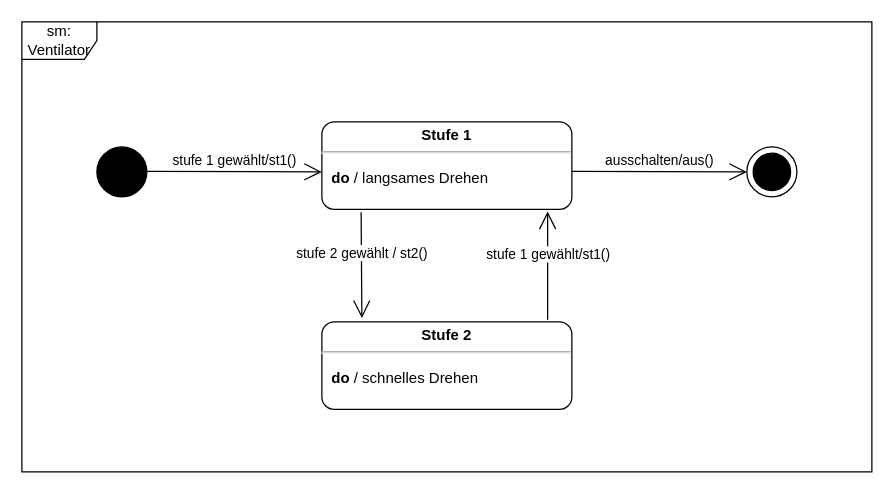
Earlier version of the draw.io diagram 04_UML_Zustandsdiagramm.drawio (05-FUEM-I-ComCaveDD/01_UML_Diagramme). Source tidied: cells renumbered, new cells numbered last; positions are measured from the earlier drawing's top-left corner, leaving out a move shared by most shapes. Both pictures are drawn from the tidied source at 125%, with x=0, y=0 at pixel (21, 21).
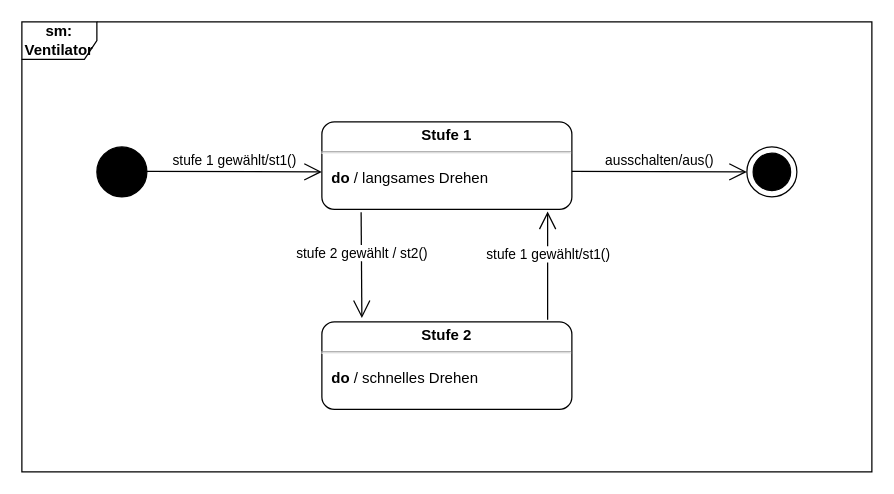
Above is the later version.

Diff of the diagram source:
```diff
@@
 <mxGraphModel>
   <root>
     <mxCell id="0" />
     <mxCell id="1" parent="0" />
-    <mxCell id="2" value="sm: Ventilator" style="shape=umlFrame;whiteSpace=wrap;html=1;" parent="1" vertex="1">
+    <mxCell id="2" value="&lt;b&gt;sm: Ventilator&lt;/b&gt;" style="shape=umlFrame;whiteSpace=wrap;html=1;" parent="1" vertex="1">
       <mxGeometry width="680" height="360" as="geometry" />
     </mxCell>
     <mxCell id="3" style="shape=ellipse;html=1;fillColor=strokeColor;fontSize=18;fontColor=#ffffff;" parent="1" vertex="1">
       <mxGeometry x="60" y="100" width="40" height="40" as="geometry" />
     </mxCell>
     <mxCell id="4" style="shape=mxgraph.sysml.actFinal;html=1;verticalLabelPosition=bottom;labelBackgroundColor=#ffffff;verticalAlign=top;" parent="1" vertex="1">
       <mxGeometry x="580" y="100" width="40" height="40" as="geometry" />
     </mxCell>
     <mxCell id="5" value="&lt;p style=&quot;margin:0px;margin-top:4px;text-align:center;&quot;&gt;&lt;b&gt;Stufe 1&lt;/b&gt;&lt;/p&gt;&lt;hr&gt;&lt;p&gt;&lt;/p&gt;&lt;p style=&quot;margin:0px;margin-left:8px;text-align:left;&quot;&gt;&lt;b&gt;do&lt;/b&gt; / langsames Drehen&lt;br&gt;&lt;br&gt;&lt;/p&gt;" style="shape=mxgraph.sysml.simpleState;html=1;overflow=fill;whiteSpace=wrap;align=center;" parent="1" vertex="1">
       <mxGeometry x="240" y="80" width="200" height="70" as="geometry" />
     </mxCell>
     <mxCell id="6" value="&lt;p style=&quot;margin:0px;margin-top:4px;text-align:center;&quot;&gt;&lt;b&gt;Stufe 2&lt;/b&gt;&lt;/p&gt;&lt;hr&gt;&lt;p&gt;&lt;/p&gt;&lt;p style=&quot;margin:0px;margin-left:8px;text-align:left;&quot;&gt;&lt;b&gt;do&lt;/b&gt; / schnelles Drehen&lt;br&gt;&lt;br&gt;&lt;/p&gt;" style="shape=mxgraph.sysml.simpleState;html=1;overflow=fill;whiteSpace=wrap;align=center;" parent="1" vertex="1">
       <mxGeometry x="240" y="240" width="200" height="70" as="geometry" />
     </mxCell>
     <mxCell id="7" value="stufe 1 gewählt/st1()" style="edgeStyle=none;html=1;endArrow=open;endSize=12;strokeWidth=1;verticalAlign=bottom;" parent="1" edge="1">
       <mxGeometry relative="1" as="geometry">
         <mxPoint x="100" y="119.5" as="sourcePoint" />
         <mxPoint x="240" y="120" as="targetPoint" />
       </mxGeometry>
     </mxCell>
     <mxCell id="8" value="ausschalten/aus()" style="edgeStyle=none;html=1;endArrow=open;endSize=12;strokeWidth=1;verticalAlign=bottom;" parent="1" edge="1">
       <mxGeometry relative="1" as="geometry">
         <mxPoint x="440" y="119.5" as="sourcePoint" />
         <mxPoint x="580" y="120" as="targetPoint" />
       </mxGeometry>
     </mxCell>
     <mxCell id="9" value="stufe 2 gewählt / st2()" style="edgeStyle=none;html=1;endArrow=open;endSize=12;strokeWidth=1;verticalAlign=bottom;entryX=0.16;entryY=-0.043;entryDx=0;entryDy=0;entryPerimeter=0;exitX=0.157;exitY=1.033;exitDx=0;exitDy=0;exitPerimeter=0;" parent="1" edge="1" source="5" target="6">
       <mxGeometry relative="1" as="geometry" />
     </mxCell>
     <mxCell id="10" value="stufe 1 gewählt/st1()" style="edgeStyle=none;html=1;endArrow=open;endSize=12;strokeWidth=1;verticalAlign=bottom;exitX=0.903;exitY=-0.024;exitDx=0;exitDy=0;exitPerimeter=0;entryX=0.903;entryY=1.024;entryDx=0;entryDy=0;entryPerimeter=0;" parent="1" edge="1" source="6" target="5">
       <mxGeometry relative="1" as="geometry" />
     </mxCell>
   </root>
 </mxGraphModel>
```
